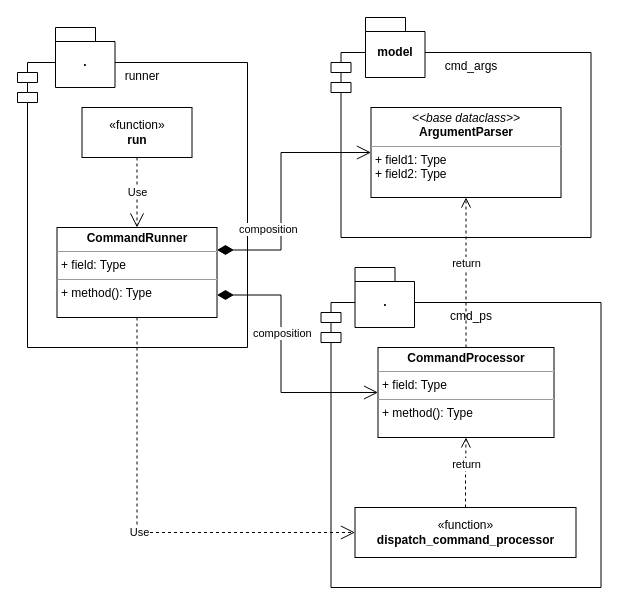
Above: docs/images/development/cmd_runner_software_architecture.drawio.xml in Chisanan232/PyMock-Server (draw.io), before the change. Source tidied: cells renumbered, new cells numbered last; positions are measured from the earlier drawing's top-left corner, leaving out a move shared by most shapes. Both pictures are drawn from the tidied source at 100%, with x=0, y=0 at pixel (17, 17).
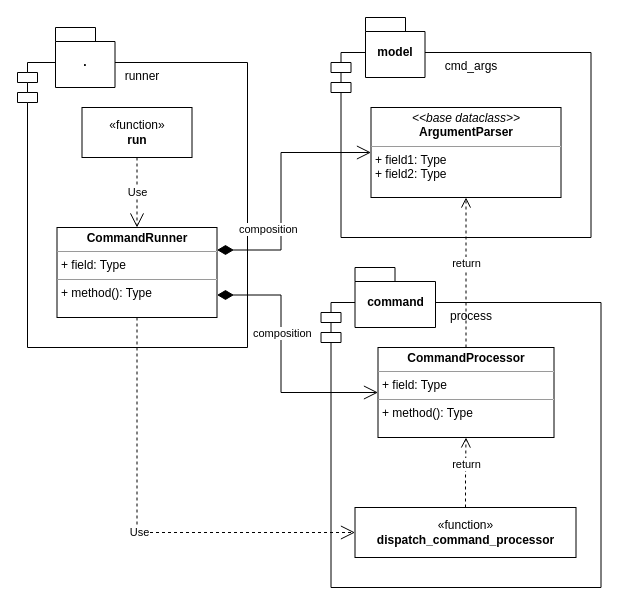
The same page after the edit.

Commit message (it also covers changes not shown here):
✒️  Update the image (about runner module) and its YAML format configuration with latest source code.

Change to the diagram source:
```diff
@@
-    <mxCell id="2" value="cmd_ps" style="shape=module;align=left;spacingLeft=20;align=center;verticalAlign=top;whiteSpace=wrap;html=1;" parent="1" vertex="1">
+    <mxCell id="2" value="process" style="shape=module;align=left;spacingLeft=20;align=center;verticalAlign=top;whiteSpace=wrap;html=1;" parent="1" vertex="1">
       <mxGeometry x="303.5" y="285" width="280" height="285" as="geometry" />
     </mxCell>
-    <mxCell id="3" value="." style="shape=folder;fontStyle=1;spacingTop=10;tabWidth=40;tabHeight=14;tabPosition=left;html=1;whiteSpace=wrap;" parent="1" vertex="1">
-      <mxGeometry x="337.5" y="250" width="59.5" height="60" as="geometry" />
+    <mxCell id="3" value="command" style="shape=folder;fontStyle=1;spacingTop=10;tabWidth=40;tabHeight=14;tabPosition=left;html=1;whiteSpace=wrap;" parent="1" vertex="1">
+      <mxGeometry x="337.5" y="250" width="80.5" height="60" as="geometry" />
     </mxCell>
```
